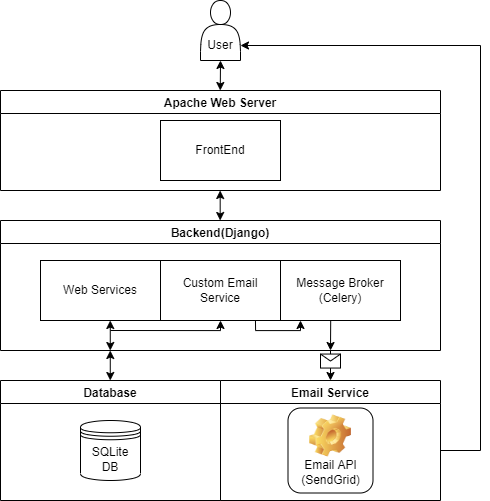
This is SystemArch.drawio.png from FelixWaweru/journal_exer, a draw.io export, as it was before one commit. Source tidied: cells renumbered, new cells last; positions are measured from the earlier drawing's top-left corner, leaving out a move shared by most shapes.
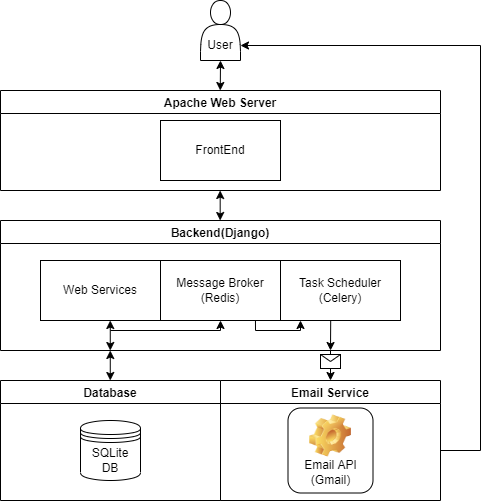
The same file after the commit.

Commit message:
Apache settings

Diff of the diagram source:
```diff
@@ -11,10 +11,10 @@
     <mxCell id="4" value="Web Services" style="whiteSpace=wrap;html=1;align=center;newEdgeStyle={&quot;edgeStyle&quot;:&quot;elbowEdgeStyle&quot;,&quot;startArrow&quot;:&quot;none&quot;,&quot;endArrow&quot;:&quot;none&quot;};" parent="3" vertex="1">
       <mxGeometry x="40" y="40" width="120" height="60" as="geometry" />
     </mxCell>
-    <mxCell id="5" value="Custom Email Service" style="whiteSpace=wrap;html=1;align=center;newEdgeStyle={&quot;edgeStyle&quot;:&quot;elbowEdgeStyle&quot;,&quot;startArrow&quot;:&quot;none&quot;,&quot;endArrow&quot;:&quot;none&quot;};" parent="3" vertex="1">
+    <mxCell id="5" value="Message Broker&lt;br&gt;(Redis)" style="whiteSpace=wrap;html=1;align=center;newEdgeStyle={&quot;edgeStyle&quot;:&quot;elbowEdgeStyle&quot;,&quot;startArrow&quot;:&quot;none&quot;,&quot;endArrow&quot;:&quot;none&quot;};" parent="3" vertex="1">
       <mxGeometry x="160" y="40" width="120" height="60" as="geometry" />
     </mxCell>
-    <mxCell id="6" value="Message Broker&lt;br&gt;(Celery)" style="whiteSpace=wrap;html=1;align=center;newEdgeStyle={&quot;edgeStyle&quot;:&quot;elbowEdgeStyle&quot;,&quot;startArrow&quot;:&quot;none&quot;,&quot;endArrow&quot;:&quot;none&quot;};" parent="3" vertex="1">
+    <mxCell id="6" value="Task Scheduler&lt;br&gt;(Celery)" style="whiteSpace=wrap;html=1;align=center;newEdgeStyle={&quot;edgeStyle&quot;:&quot;elbowEdgeStyle&quot;,&quot;startArrow&quot;:&quot;none&quot;,&quot;endArrow&quot;:&quot;none&quot;};" parent="3" vertex="1">
       <mxGeometry x="280" y="40" width="120" height="60" as="geometry" />
     </mxCell>
     <mxCell id="7" style="edgeStyle=segmentEdgeStyle;endArrow=classic;html=1;rounded=0;" parent="3" edge="1">
@@ -56,7 +56,7 @@
     <mxCell id="15" value="Email Service" style="swimlane;" parent="1" vertex="1">
       <mxGeometry x="220" y="380" width="220" height="120" as="geometry" />
     </mxCell>
-    <mxCell id="16" value="&lt;span style=&quot;font-weight: 400;&quot;&gt;Email API&lt;/span&gt;&lt;br style=&quot;font-weight: 400;&quot;&gt;&lt;span style=&quot;font-weight: 400;&quot;&gt;(SendGrid)&lt;/span&gt;" style="label;whiteSpace=wrap;html=1;align=center;verticalAlign=bottom;spacingLeft=0;spacingBottom=4;imageAlign=center;imageVerticalAlign=top;image=img/clipart/Gear_128x128.png;" parent="15" vertex="1">
+    <mxCell id="16" value="&lt;span style=&quot;font-weight: 400;&quot;&gt;Email API&lt;/span&gt;&lt;br style=&quot;font-weight: 400;&quot;&gt;&lt;span style=&quot;font-weight: 400;&quot;&gt;(Gmail)&lt;/span&gt;" style="label;whiteSpace=wrap;html=1;align=center;verticalAlign=bottom;spacingLeft=0;spacingBottom=4;imageAlign=center;imageVerticalAlign=top;image=img/clipart/Gear_128x128.png;" parent="15" vertex="1">
       <mxGeometry x="67.5" y="27.5" width="85" height="85" as="geometry" />
     </mxCell>
     <mxCell id="17" style="endArrow=classic;html=1;rounded=0;exitX=0.5;exitY=0;exitDx=0;exitDy=0;entryX=0.5;entryY=0;entryDx=0;entryDy=0;" parent="1" edge="1" target="15">
```
